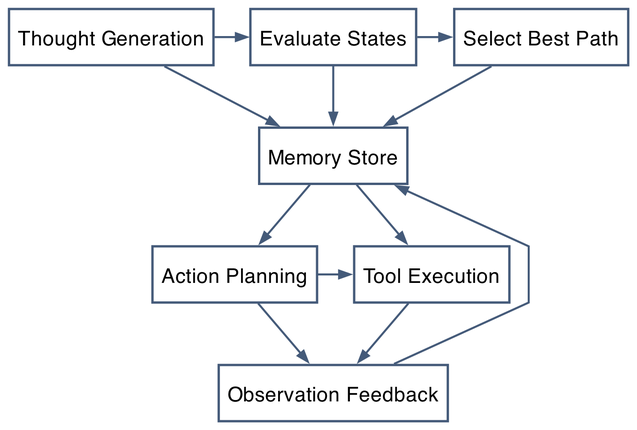
quiznat/tot-hf-survey-artifacts keeps this Graphviz diagram as assets/diagram_tot_agent.png. Above is the earlier version. Its source is kept beside it as assets/diagram_tot_agent.dot.
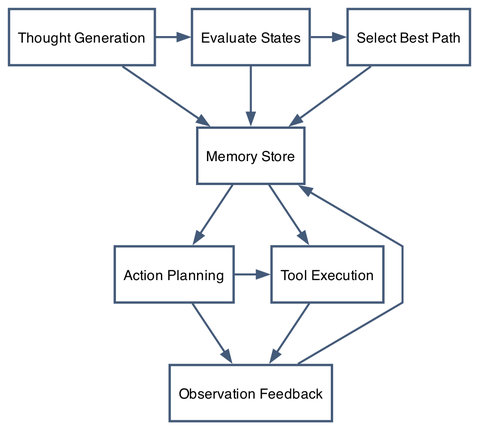
Later version of the same file.

Diff of the diagram source:
```diff
@@ -1,6 +1,6 @@
 digraph G {
   graph [bgcolor="#ffffff", pad="0.06", nodesep="0.34", ranksep="0.50", splines="polyline", fontname="Helvetica", fontcolor="#162130", margin="0.02", rankdir="TB", ranksep="0.56"];
-  node [shape="box", style="filled", fillcolor="#ffffff", color="#445a79", penwidth="1.5", fontname="Helvetica", fontsize="13", margin="0.08,0.06"];
+  node [shape="box", style="filled", fillcolor="#ffffff", color="#445a79", penwidth="1.5", fontname="Helvetica", fontsize="9", margin="0.08,0.06"];
   edge [color="#445a79", penwidth="1.3", arrowsize="0.70", fontname="Helvetica", fontsize="11", fontcolor="#162130"];
 
   thought [label="Thought Generation"];
```
